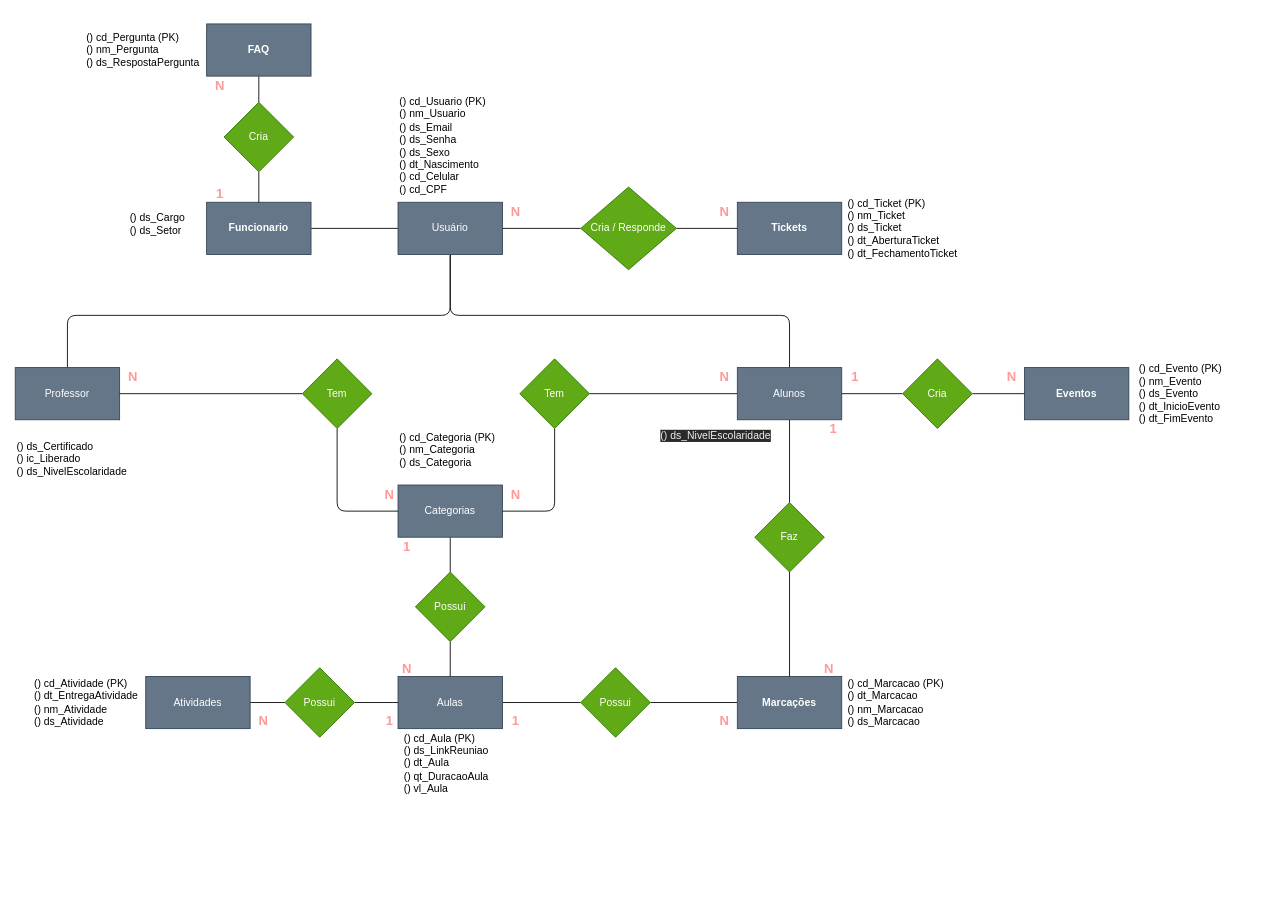
Above: backend-api-java/der.drawio in retr0byte/tcc-fatec-2022 (draw.io), before the change. Source tidied: cells renumbered, new cells numbered last; positions are measured from the earlier drawing's top-left corner, leaving out a move shared by most shapes. Both pictures are drawn from the tidied source at 87%, with x=0, y=0 at pixel (15, 15).
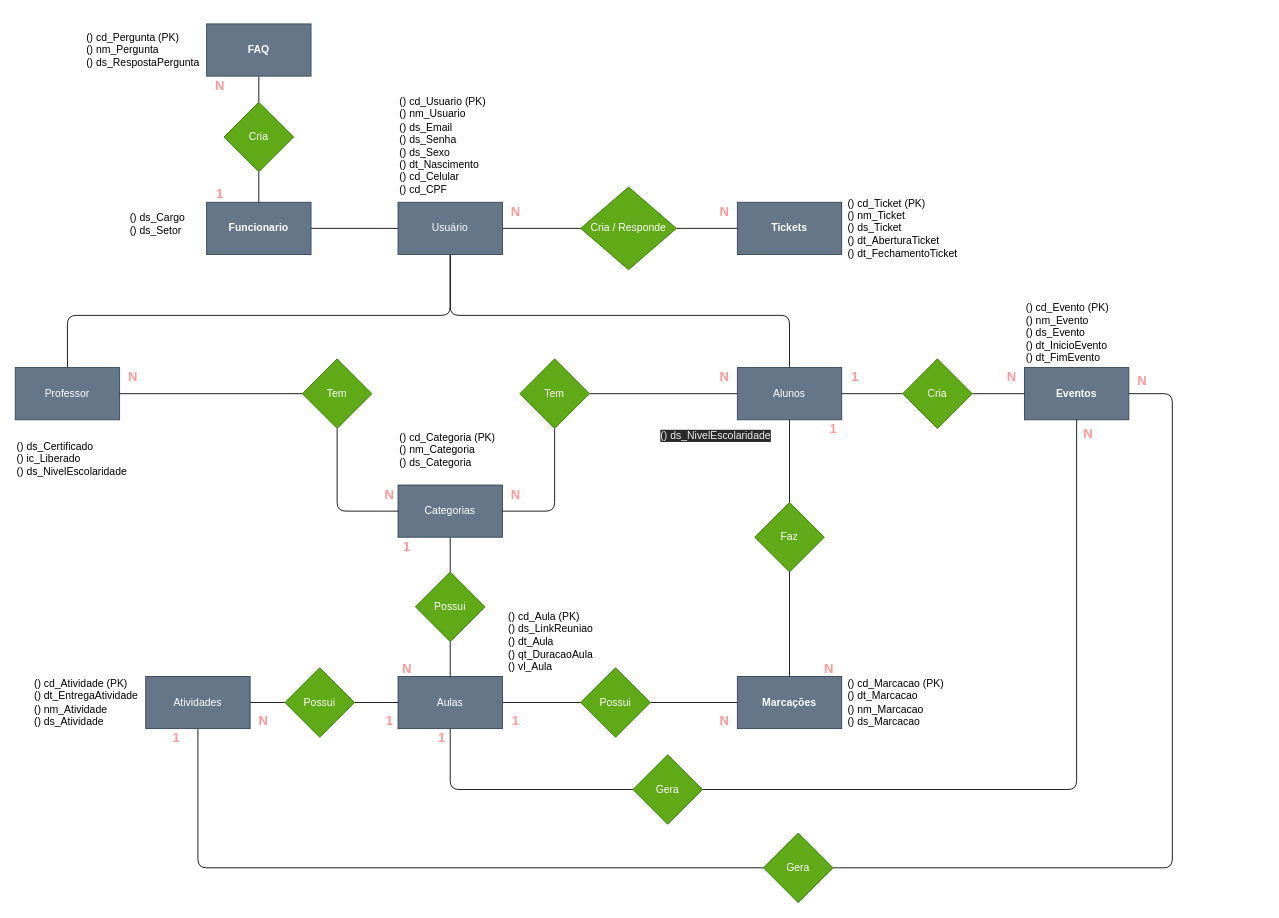
The same page after the edit.

Commit message:
back:java updated the der file

Unchanged cells that the change refers to:
```xml
<mxCell id="23" value="Eventos" style="rounded=0;whiteSpace=wrap;html=1;fontStyle=1;fillColor=#647687;strokeColor=#314354;fontColor=#ffffff;" parent="1" vertex="1">
  <mxGeometry x="1160" y="405" width="120" height="60" as="geometry" />
</mxCell>
<mxCell id="25" value="Aulas" style="rounded=0;whiteSpace=wrap;html=1;fillColor=#647687;strokeColor=#314354;fontColor=#ffffff;" parent="1" vertex="1">
  <mxGeometry x="440" y="760" width="120" height="60" as="geometry" />
</mxCell>
<mxCell id="29" value="Atividades" style="rounded=0;whiteSpace=wrap;html=1;fillColor=#647687;strokeColor=#314354;fontColor=#ffffff;" parent="1" vertex="1">
  <mxGeometry x="150" y="760" width="120" height="60" as="geometry" />
</mxCell>
```

The edit, as a diff of the source:
```diff
@@
     <mxCell id="5" value="() cd_Aula (PK)&lt;br&gt;() ds_LinkReuniao&lt;br&gt;() dt_Aula&lt;br&gt;() qt_DuracaoAula&lt;br&gt;() vl_Aula" style="text;html=1;strokeColor=none;fillColor=none;align=left;verticalAlign=middle;whiteSpace=wrap;rounded=0;" parent="1" vertex="1">
-      <mxGeometry x="445" y="820" width="130" height="80" as="geometry" />
+      <mxGeometry x="565" y="680" width="130" height="80" as="geometry" />
     </mxCell>
@@
+    <mxCell id="72" style="edgeStyle=orthogonalEdgeStyle;html=1;entryX=0;entryY=0.5;entryDx=0;entryDy=0;endArrow=none;endFill=0;" parent="1" edge="1" source="25" target="79">
+      <mxGeometry relative="1" as="geometry">
+        <Array as="points">
+          <mxPoint x="500" y="890" />
+        </Array>
+      </mxGeometry>
+    </mxCell>
@@
+    <mxCell id="73" style="edgeStyle=orthogonalEdgeStyle;html=1;entryX=0;entryY=0.5;entryDx=0;entryDy=0;endArrow=none;endFill=0;" parent="1" edge="1" source="29" target="81">
+      <mxGeometry relative="1" as="geometry">
+        <Array as="points">
+          <mxPoint x="210" y="980" />
+        </Array>
+      </mxGeometry>
+    </mxCell>
@@
     <mxCell id="70" value="() cd_Evento (PK)&lt;br&gt;() nm_Evento&lt;br&gt;() ds_Evento&lt;br&gt;() dt_InicioEvento&lt;br&gt;() dt_FimEvento" style="text;html=1;strokeColor=none;fillColor=none;align=left;verticalAlign=middle;whiteSpace=wrap;rounded=0;fontStyle=0;" parent="1" vertex="1">
-      <mxGeometry x="1290" y="395" width="145" height="80" as="geometry" />
+      <mxGeometry x="1160" y="325" width="145" height="80" as="geometry" />
     </mxCell>
@@
+    <mxCell id="74" value="1" style="text;html=1;align=center;verticalAlign=middle;strokeColor=none;fillColor=none;fontStyle=1;fontSize=15;fontColor=#FF9999;" parent="1" vertex="1">
+      <mxGeometry x="175" y="820" width="20" height="20" as="geometry" />
+    </mxCell>
+    <mxCell id="75" value="N" style="text;html=1;align=center;verticalAlign=middle;strokeColor=none;fillColor=none;fontStyle=1;fontSize=15;fontColor=#FF9999;" parent="1" vertex="1">
+      <mxGeometry x="1280" y="410" width="30" height="20" as="geometry" />
+    </mxCell>
+    <mxCell id="76" value="1" style="text;html=1;align=center;verticalAlign=middle;strokeColor=none;fillColor=none;fontStyle=1;fontSize=15;fontColor=#FF9999;" parent="1" vertex="1">
+      <mxGeometry x="480" y="820" width="20" height="20" as="geometry" />
+    </mxCell>
+    <mxCell id="77" value="N" style="text;html=1;align=center;verticalAlign=middle;strokeColor=none;fillColor=none;fontStyle=1;fontSize=15;fontColor=#FF9999;" parent="1" vertex="1">
+      <mxGeometry x="1217.5" y="470" width="30" height="20" as="geometry" />
+    </mxCell>
+    <mxCell id="78" style="edgeStyle=orthogonalEdgeStyle;html=1;entryX=0.5;entryY=1;entryDx=0;entryDy=0;endArrow=none;endFill=0;" parent="1" edge="1" source="79" target="23">
+      <mxGeometry relative="1" as="geometry" />
+    </mxCell>
+    <mxCell id="79" value="Gera" style="rhombus;whiteSpace=wrap;html=1;fillColor=#60a917;fontColor=#ffffff;strokeColor=#2D7600;" parent="1" vertex="1">
+      <mxGeometry x="710" y="850" width="80" height="80" as="geometry" />
+    </mxCell>
+    <mxCell id="80" style="edgeStyle=orthogonalEdgeStyle;html=1;entryX=1;entryY=0.5;entryDx=0;entryDy=0;endArrow=none;endFill=0;" parent="1" edge="1" source="81" target="23">
+      <mxGeometry relative="1" as="geometry">
+        <Array as="points">
+          <mxPoint x="1330" y="980" />
+          <mxPoint x="1330" y="435" />
+        </Array>
+      </mxGeometry>
+    </mxCell>
+    <mxCell id="81" value="Gera" style="rhombus;whiteSpace=wrap;html=1;fillColor=#60a917;fontColor=#ffffff;strokeColor=#2D7600;" parent="1" vertex="1">
+      <mxGeometry x="860" y="940" width="80" height="80" as="geometry" />
+    </mxCell>
```
